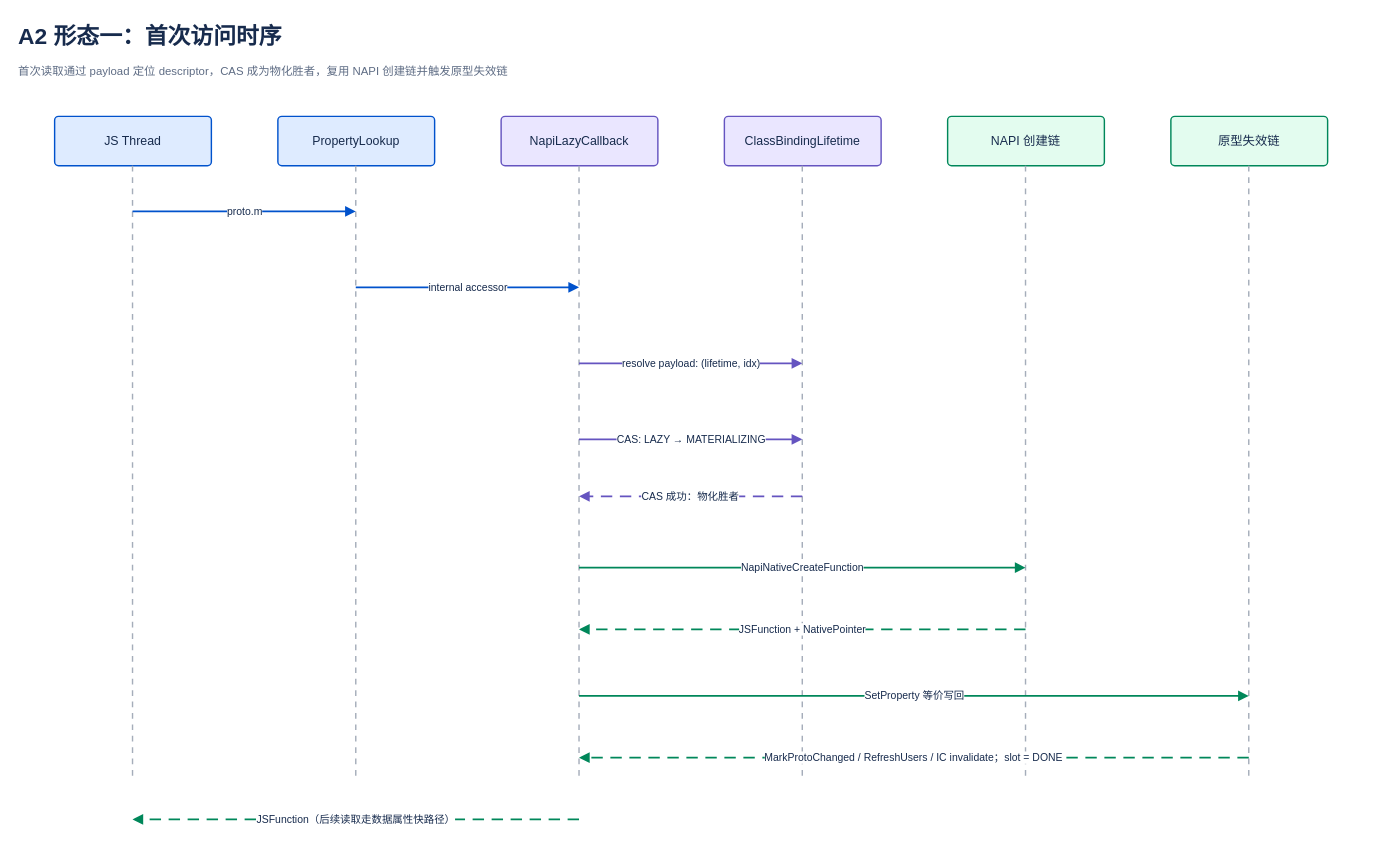
Earlier version of the draw.io diagram hidden-class-comparison/detailed-proposals/native-interop-lazy-binding/napi-lazy-binding-first-access-sequence.drawio (xuanjiazhen/invest). Source tidied: cells renumbered, new cells numbered last; positions are measured from the earlier drawing's top-left corner, leaving out a move shared by most shapes. Both pictures are drawn from the tidied source at 95%, with x=0, y=0 at pixel (16, 16).
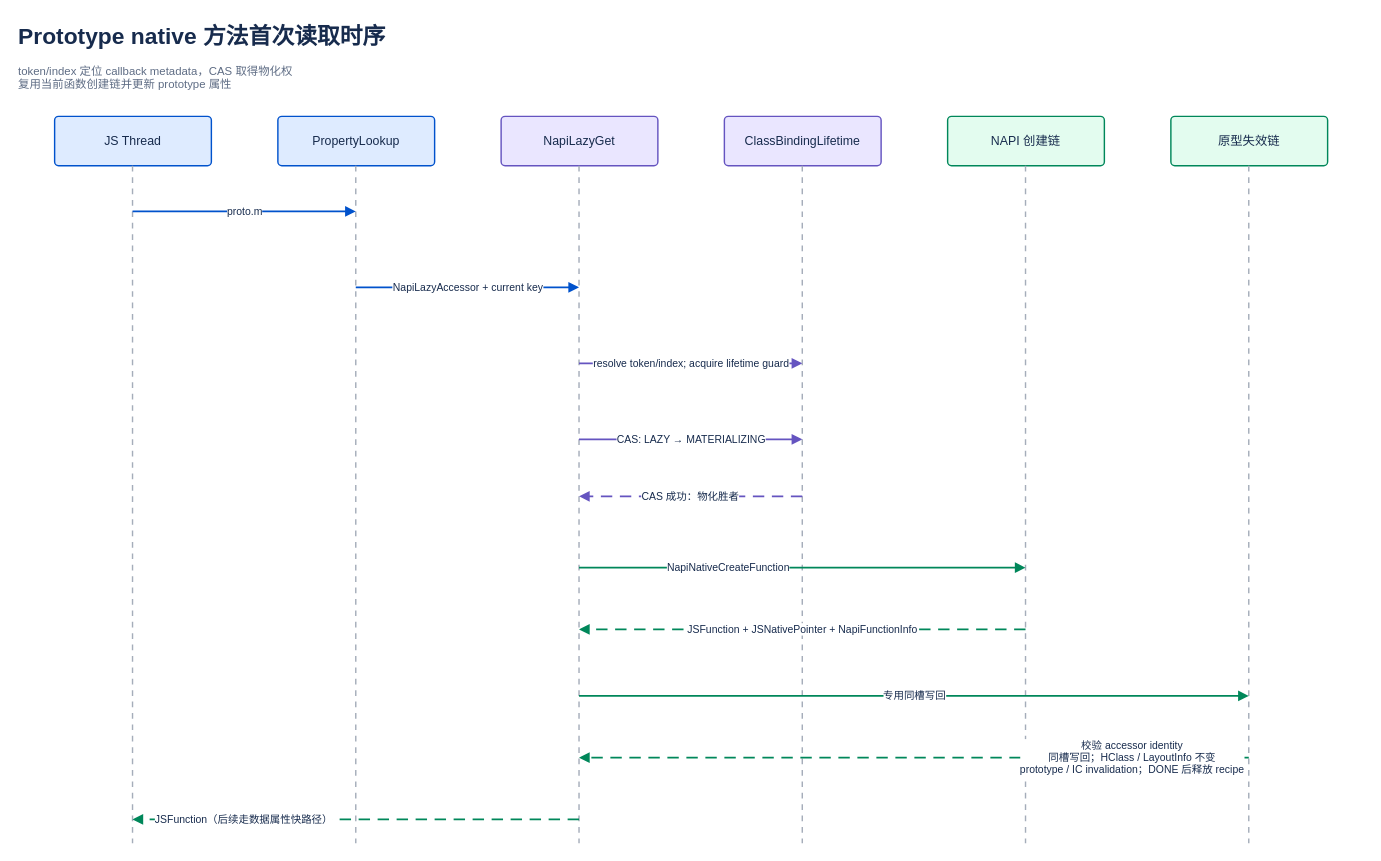
After the change.

Diff of the diagram source:
```diff
@@
-    <mxCell id="2" value="A2 形态一：首次访问时序" style="text;html=1;strokeColor=none;fillColor=none;align=left;verticalAlign=middle;fontSize=24;fontStyle=1;fontColor=#172B4D;whiteSpace=wrap;" parent="1" vertex="1">
+    <mxCell id="2" value="Prototype native 方法首次读取时序" style="text;html=1;strokeColor=none;fillColor=none;align=left;verticalAlign=middle;fontSize=24;fontStyle=1;fontColor=#172B4D;whiteSpace=wrap;" parent="1" vertex="1">
       <mxGeometry width="1420" height="42" as="geometry" />
     </mxCell>
-    <mxCell id="3" value="首次读取通过 payload 定位 descriptor，CAS 成为物化胜者，复用 NAPI 创建链并触发原型失效链" style="text;html=1;strokeColor=none;fillColor=none;align=left;verticalAlign=top;fontSize=12;fontColor=#5E6C84;whiteSpace=wrap;" parent="1" vertex="1">
+    <mxCell id="3" value="token/index 定位 callback metadata，CAS 取得物化权&lt;div&gt;复用当前函数创建链并更新 prototype 属性&lt;/div&gt;" style="text;html=1;strokeColor=none;fillColor=none;align=left;verticalAlign=top;fontSize=12;fontColor=#5E6C84;whiteSpace=wrap;" parent="1" vertex="1">
       <mxGeometry y="44" width="1420" height="34" as="geometry" />
     </mxCell>
@@
     <mxCell id="5" style="endArrow=none;html=1;strokeColor=#A5ADBA;strokeWidth=1.5;dashed=1;dashPattern=4 4;" parent="1" edge="1">
       <mxGeometry relative="1" as="geometry">
         <mxPoint x="122" y="157" as="sourcePoint" />
-        <mxPoint x="122" y="805" as="targetPoint" />
+        <mxPoint x="122" y="870" as="targetPoint" />
       </mxGeometry>
     </mxCell>
@@
     <mxCell id="7" style="endArrow=none;html=1;strokeColor=#A5ADBA;strokeWidth=1.5;dashed=1;dashPattern=4 4;" parent="1" edge="1">
       <mxGeometry relative="1" as="geometry">
         <mxPoint x="357" y="157" as="sourcePoint" />
-        <mxPoint x="357" y="805" as="targetPoint" />
+        <mxPoint x="357" y="870" as="targetPoint" />
       </mxGeometry>
     </mxCell>
-    <mxCell id="8" value="NapiLazyCallback" style="rounded=1;arcSize=8;whiteSpace=wrap;html=1;align=center;verticalAlign=middle;fontSize=13;spacing=8;fillColor=#EAE6FF;strokeColor=#6554C0;strokeWidth=1.5;fontColor=#172B4D;" parent="1" vertex="1">
+    <mxCell id="8" value="NapiLazyGet" style="rounded=1;arcSize=8;whiteSpace=wrap;html=1;align=center;verticalAlign=middle;fontSize=13;spacing=8;fillColor=#EAE6FF;strokeColor=#6554C0;strokeWidth=1.5;fontColor=#172B4D;" parent="1" vertex="1">
       <mxGeometry x="510" y="105" width="165" height="52" as="geometry" />
     </mxCell>
     <mxCell id="9" style="endArrow=none;html=1;strokeColor=#A5ADBA;strokeWidth=1.5;dashed=1;dashPattern=4 4;" parent="1" edge="1">
       <mxGeometry relative="1" as="geometry">
         <mxPoint x="592" y="157" as="sourcePoint" />
-        <mxPoint x="592" y="805" as="targetPoint" />
+        <mxPoint x="592" y="870" as="targetPoint" />
       </mxGeometry>
     </mxCell>
@@
     <mxCell id="11" style="endArrow=none;html=1;strokeColor=#A5ADBA;strokeWidth=1.5;dashed=1;dashPattern=4 4;" parent="1" edge="1">
       <mxGeometry relative="1" as="geometry">
         <mxPoint x="827" y="157" as="sourcePoint" />
-        <mxPoint x="827" y="805" as="targetPoint" />
+        <mxPoint x="827" y="870" as="targetPoint" />
       </mxGeometry>
     </mxCell>
@@
     <mxCell id="13" style="endArrow=none;html=1;strokeColor=#A5ADBA;strokeWidth=1.5;dashed=1;dashPattern=4 4;" parent="1" edge="1">
       <mxGeometry relative="1" as="geometry">
         <mxPoint x="1062" y="157" as="sourcePoint" />
-        <mxPoint x="1062" y="805" as="targetPoint" />
+        <mxPoint x="1062" y="870" as="targetPoint" />
       </mxGeometry>
     </mxCell>
@@
     <mxCell id="15" style="endArrow=none;html=1;strokeColor=#A5ADBA;strokeWidth=1.5;dashed=1;dashPattern=4 4;" parent="1" edge="1">
       <mxGeometry relative="1" as="geometry">
         <mxPoint x="1297" y="157" as="sourcePoint" />
-        <mxPoint x="1297" y="805" as="targetPoint" />
+        <mxPoint x="1297" y="870" as="targetPoint" />
       </mxGeometry>
     </mxCell>
@@
-    <mxCell id="17" value="internal accessor" style="endArrow=block;endFill=1;html=1;strokeColor=#0052CC;strokeWidth=2;fontSize=11;fontColor=#172B4D;labelBackgroundColor=#FFFFFF;" parent="1" edge="1">
+    <mxCell id="17" value="NapiLazyAccessor + current key" style="endArrow=block;endFill=1;html=1;strokeColor=#0052CC;strokeWidth=2;fontSize=11;fontColor=#172B4D;labelBackgroundColor=#FFFFFF;" parent="1" edge="1">
       <mxGeometry relative="1" as="geometry">
         <mxPoint x="357" y="285" as="sourcePoint" />
         <mxPoint x="592" y="285" as="targetPoint" />
       </mxGeometry>
     </mxCell>
-    <mxCell id="18" value="resolve payload: (lifetime, idx)" style="endArrow=block;endFill=1;html=1;strokeColor=#6554C0;strokeWidth=2;fontSize=11;fontColor=#172B4D;labelBackgroundColor=#FFFFFF;" parent="1" edge="1">
+    <mxCell id="18" value="resolve token/index; acquire lifetime guard" style="endArrow=block;endFill=1;html=1;strokeColor=#6554C0;strokeWidth=2;fontSize=11;fontColor=#172B4D;labelBackgroundColor=#FFFFFF;" parent="1" edge="1">
       <mxGeometry relative="1" as="geometry">
         <mxPoint x="592" y="365" as="sourcePoint" />
         <mxPoint x="827" y="365" as="targetPoint" />
       </mxGeometry>
     </mxCell>
@@
-    <mxCell id="21" value="NapiNativeCreateFunction" style="endArrow=block;endFill=1;html=1;strokeColor=#00875A;strokeWidth=2;fontSize=11;fontColor=#172B4D;labelBackgroundColor=#FFFFFF;" parent="1" edge="1">
+    <mxCell id="21" value="NapiNativeCreateFunction" style="endArrow=block;endFill=1;html=1;strokeColor=#00875A;strokeWidth=2;fontSize=11;fontColor=#172B4D;labelBackgroundColor=#FFFFFF;labelPosition=left;align=right;spacingRight=12;" parent="1" edge="1">
       <mxGeometry relative="1" as="geometry">
         <mxPoint x="592" y="580" as="sourcePoint" />
         <mxPoint x="1062" y="580" as="targetPoint" />
       </mxGeometry>
     </mxCell>
-    <mxCell id="22" value="JSFunction + NativePointer" style="endArrow=block;endFill=1;html=1;strokeColor=#00875A;strokeWidth=2;fontSize=11;fontColor=#172B4D;labelBackgroundColor=#FFFFFF;dashed=1;dashPattern=6 4;" parent="1" edge="1">
+    <mxCell id="22" value="JSFunction + JSNativePointer + NapiFunctionInfo" style="endArrow=block;endFill=1;html=1;strokeColor=#00875A;strokeWidth=2;fontSize=11;fontColor=#172B4D;labelBackgroundColor=#FFFFFF;dashed=1;dashPattern=6 4;" parent="1" edge="1">
       <mxGeometry relative="1" as="geometry">
         <mxPoint x="1062" y="645" as="sourcePoint" />
         <mxPoint x="592" y="645" as="targetPoint" />
       </mxGeometry>
     </mxCell>
-    <mxCell id="23" value="SetProperty 等价写回" style="endArrow=block;endFill=1;html=1;strokeColor=#00875A;strokeWidth=2;fontSize=11;fontColor=#172B4D;labelBackgroundColor=#FFFFFF;" parent="1" edge="1">
+    <mxCell id="23" value="专用同槽写回" style="endArrow=block;endFill=1;html=1;strokeColor=#00875A;strokeWidth=2;fontSize=11;fontColor=#172B4D;labelBackgroundColor=#FFFFFF;" parent="1" edge="1">
       <mxGeometry relative="1" as="geometry">
         <mxPoint x="592" y="715" as="sourcePoint" />
         <mxPoint x="1297" y="715" as="targetPoint" />
       </mxGeometry>
     </mxCell>
-    <mxCell id="24" value="MarkProtoChanged / RefreshUsers / IC invalidate；slot = DONE" style="endArrow=block;endFill=1;html=1;strokeColor=#00875A;strokeWidth=2;fontSize=11;fontColor=#172B4D;labelBackgroundColor=#FFFFFF;dashed=1;dashPattern=6 4;" parent="1" edge="1">
-      <mxGeometry relative="1" as="geometry">
+    <mxCell id="24" value="校验 accessor identity&lt;div&gt;同槽写回；HClass / LayoutInfo 不变&lt;/div&gt;&lt;div&gt;prototype / IC invalidation；DONE 后释放 recipe&lt;/div&gt;" style="endArrow=block;endFill=1;html=1;strokeColor=#00875A;strokeWidth=2;fontSize=11;fontColor=#172B4D;labelBackgroundColor=#FFFFFF;dashed=1;dashPattern=6 4;" parent="1" edge="1">
+      <mxGeometry x="-0.65" relative="1" as="geometry">
         <mxPoint x="1297" y="780" as="sourcePoint" />
         <mxPoint x="592" y="780" as="targetPoint" />
       </mxGeometry>
     </mxCell>
-    <mxCell id="25" value="JSFunction（后续读取走数据属性快路径）" style="endArrow=block;endFill=1;html=1;strokeColor=#00875A;strokeWidth=2;fontSize=11;fontColor=#172B4D;labelBackgroundColor=#FFFFFF;dashed=1;dashPattern=6 4;" parent="1" edge="1">
-      <mxGeometry relative="1" as="geometry">
+    <mxCell id="25" value="JSFunction（后续走数据属性快路径）" style="endArrow=block;endFill=1;html=1;strokeColor=#00875A;strokeWidth=2;fontSize=11;fontColor=#172B4D;labelBackgroundColor=#FFFFFF;dashed=1;dashPattern=6 4;" parent="1" edge="1">
+      <mxGeometry x="0.5" relative="1" as="geometry">
         <mxPoint x="592" y="845" as="sourcePoint" />
         <mxPoint x="122" y="845" as="targetPoint" />
       </mxGeometry>
     </mxCell>
```
